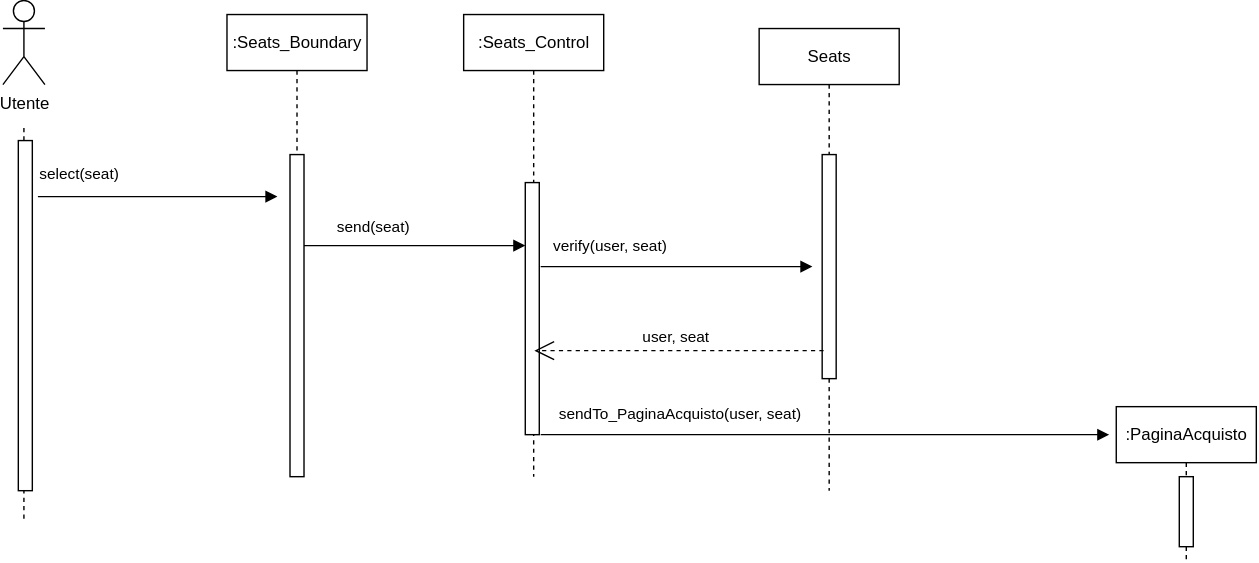
Above: document temp/Sequence Diagrams/SD_SelezionaPosto.svg in dop654/CinePlex (draw.io), before the change. Source tidied: cells renumbered, new cells last; positions are measured from the earlier drawing's top-left corner, leaving out a move shared by most shapes.
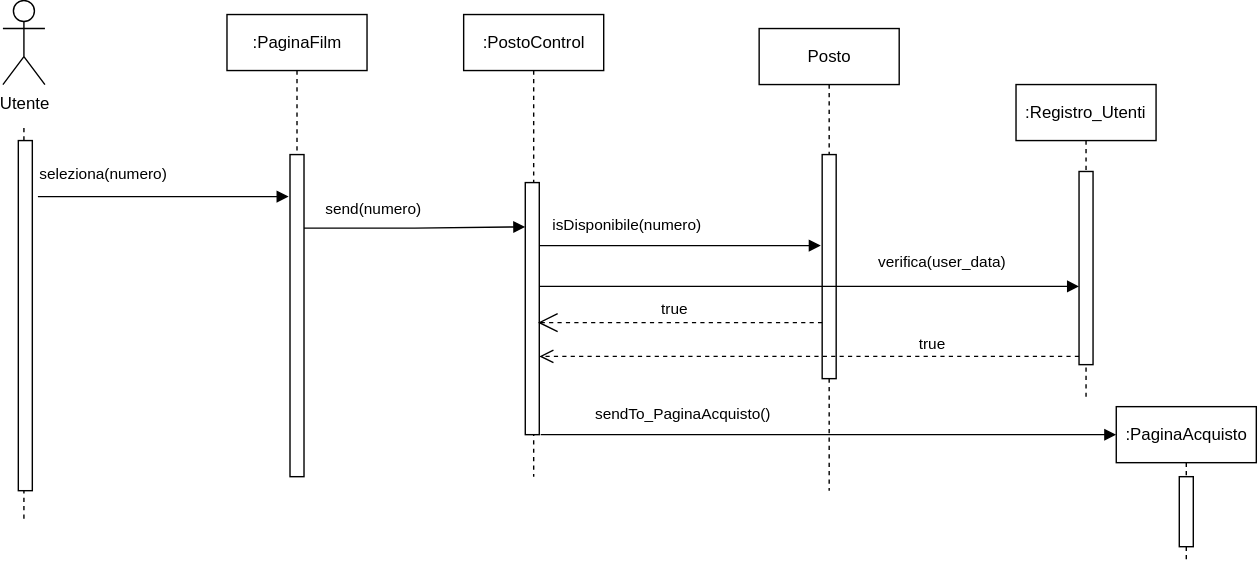
Above is the later version.

Diff of the diagram source:
```diff
@@ -11,68 +11,91 @@
     <mxCell id="4" style="html=1;perimeter=orthogonalPerimeter;targetShapes=umlLifeline;newEdgeStyle={&quot;edgeStyle&quot;:&quot;sequenceEdgeStyle&quot;,&quot;libavoidRouting&quot;:0,&quot;curved&quot;:0,&quot;rounded&quot;:0};" parent="1" vertex="1">
       <mxGeometry x="10.6" y="99.9" width="10" height="250" as="geometry" />
     </mxCell>
-    <mxCell id="5" value=":Seats_Boundary" style="shape=umlLifeline;perimeter=lifelinePerimeter;whiteSpace=wrap;html=1;newEdgeStyle={&quot;edgeStyle&quot;:&quot;sequenceEdgeStyle&quot;,&quot;libavoidRouting&quot;:0,&quot;curved&quot;:0,&quot;rounded&quot;:0};" parent="1" vertex="1">
-      <mxGeometry x="159.6" y="9.9" width="100" height="330" as="geometry" />
-    </mxCell>
+    <mxCell id="18" value=":PaginaFilm" style="shape=umlLifeline;perimeter=lifelinePerimeter;whiteSpace=wrap;html=1;newEdgeStyle={&quot;edgeStyle&quot;:&quot;sequenceEdgeStyle&quot;,&quot;libavoidRouting&quot;:0,&quot;curved&quot;:0,&quot;rounded&quot;:0};" parent="1" vertex="1">
+      <mxGeometry x="159.6" y="9.9" width="100" height="330" as="geometry" />
+    </mxCell>
-    <mxCell id="6" style="html=1;perimeter=orthogonalPerimeter;targetShapes=umlLifeline;newEdgeStyle={&quot;edgeStyle&quot;:&quot;sequenceEdgeStyle&quot;,&quot;libavoidRouting&quot;:0,&quot;curved&quot;:0,&quot;rounded&quot;:0};" parent="5" vertex="1">
+    <mxCell id="6" style="html=1;perimeter=orthogonalPerimeter;targetShapes=umlLifeline;newEdgeStyle={&quot;edgeStyle&quot;:&quot;sequenceEdgeStyle&quot;,&quot;libavoidRouting&quot;:0,&quot;curved&quot;:0,&quot;rounded&quot;:0};" parent="18" vertex="1">
       <mxGeometry x="45" y="100" width="10" height="230" as="geometry" />
     </mxCell>
-    <mxCell id="7" value="select(seat)" style="endArrow=block;endFill=1;html=1;edgeStyle=orthogonalEdgeStyle;align=left;verticalAlign=top;rounded=0;defaultLabelBackgroundColor=page;" parent="1" edge="1">
-      <mxGeometry x="-1" y="29" relative="1" as="geometry">
-        <mxPoint x="24.6" y="139.9" as="sourcePoint" />
-        <mxPoint x="195.6" y="139.9" as="targetPoint" />
-        <mxPoint x="-1" as="offset" />
-      </mxGeometry>
-    </mxCell>
-    <mxCell id="8" value=":Seats_Control" style="shape=umlLifeline;perimeter=lifelinePerimeter;whiteSpace=wrap;html=1;newEdgeStyle={&quot;edgeStyle&quot;:&quot;sequenceEdgeStyle&quot;,&quot;libavoidRouting&quot;:0,&quot;curved&quot;:0,&quot;rounded&quot;:0};" parent="1" vertex="1">
-      <mxGeometry x="328.6" y="9.9" width="100" height="330" as="geometry" />
-    </mxCell>
+    <mxCell id="19" value="seleziona(numero)" style="endArrow=block;endFill=1;html=1;edgeStyle=orthogonalEdgeStyle;align=left;verticalAlign=top;rounded=0;defaultLabelBackgroundColor=page;" parent="1" edge="1">
+      <mxGeometry x="-1" y="29" relative="1" as="geometry">
+        <mxPoint x="24.6" y="139.9" as="sourcePoint" />
+        <mxPoint x="203.6" y="139.9" as="targetPoint" />
+        <mxPoint x="-1" as="offset" />
+      </mxGeometry>
+    </mxCell>
+    <mxCell id="20" value=":PostoControl" style="shape=umlLifeline;perimeter=lifelinePerimeter;whiteSpace=wrap;html=1;newEdgeStyle={&quot;edgeStyle&quot;:&quot;sequenceEdgeStyle&quot;,&quot;libavoidRouting&quot;:0,&quot;curved&quot;:0,&quot;rounded&quot;:0};" parent="1" vertex="1">
+      <mxGeometry x="328.6" y="9.9" width="100" height="330" as="geometry" />
+    </mxCell>
-    <mxCell id="9" style="html=1;points=[[0,0,0,0,5],[0,1,0,0,-5],[1,0,0,0,5],[1,1,0,0,-5]];perimeter=orthogonalPerimeter;outlineConnect=0;targetShapes=umlLifeline;portConstraint=eastwest;newEdgeStyle={&quot;edgeStyle&quot;:&quot;sequenceEdgeStyle&quot;,&quot;libavoidRouting&quot;:0,&quot;curved&quot;:0,&quot;rounded&quot;:0};" parent="8" vertex="1">
+    <mxCell id="9" style="html=1;points=[[0,0,0,0,5],[0,1,0,0,-5],[1,0,0,0,5],[1,1,0,0,-5]];perimeter=orthogonalPerimeter;outlineConnect=0;targetShapes=umlLifeline;portConstraint=eastwest;newEdgeStyle={&quot;edgeStyle&quot;:&quot;sequenceEdgeStyle&quot;,&quot;libavoidRouting&quot;:0,&quot;curved&quot;:0,&quot;rounded&quot;:0};" parent="20" vertex="1">
       <mxGeometry x="44" y="120" width="10" height="180" as="geometry" />
     </mxCell>
-    <mxCell id="10" value="send&lt;span style=&quot;text-align: left;&quot;&gt;(seat&lt;/span&gt;&lt;span style=&quot;text-align: left; background-color: transparent; color: light-dark(#000000, var(--ge-light-color, #ffffff));&quot;&gt;)&lt;/span&gt;" style="html=1;verticalAlign=bottom;endArrow=block;edgeStyle=sequenceEdgeStyle;libavoidRouting=0;curved=0;rounded=0;entryX=0;entryY=0;entryDx=0;entryDy=45;defaultLabelBackgroundColor=page;" parent="1" edge="1" target="9">
-      <mxGeometry x="-0.38" y="4" relative="1" as="geometry">
-        <mxPoint x="214.6" y="174.9" as="sourcePoint" />
-        <Array as="points">
-          <mxPoint x="256.6" y="174.9" />
-        </Array>
-      </mxGeometry>
-    </mxCell>
-    <mxCell id="11" value="Seats" style="shape=umlLifeline;perimeter=lifelinePerimeter;whiteSpace=wrap;html=1;newEdgeStyle={&quot;edgeStyle&quot;:&quot;sequenceEdgeStyle&quot;,&quot;libavoidRouting&quot;:0,&quot;curved&quot;:0,&quot;rounded&quot;:0};" parent="1" vertex="1">
-      <mxGeometry x="539.6" y="19.9" width="100" height="330" as="geometry" />
-    </mxCell>
+    <mxCell id="21" value="send&lt;span style=&quot;text-align: left;&quot;&gt;(numero&lt;/span&gt;&lt;span style=&quot;text-align: left; background-color: transparent; color: light-dark(#000000, var(--ge-light-color, #ffffff));&quot;&gt;)&lt;/span&gt;" style="html=1;verticalAlign=bottom;endArrow=block;edgeStyle=sequenceEdgeStyle;libavoidRouting=0;curved=0;rounded=0;entryX=0;entryY=0;entryDx=0;entryDy=31.62902945552014;defaultLabelBackgroundColor=page;" parent="1" edge="1" target="9">
+      <mxGeometry x="-0.38" y="4" relative="1" as="geometry">
+        <mxPoint x="214.6" y="162.4" as="sourcePoint" />
+        <Array as="points">
+          <mxPoint x="293.6" y="162.4" />
+        </Array>
+      </mxGeometry>
+    </mxCell>
+    <mxCell id="22" value="Posto" style="shape=umlLifeline;perimeter=lifelinePerimeter;whiteSpace=wrap;html=1;newEdgeStyle={&quot;edgeStyle&quot;:&quot;sequenceEdgeStyle&quot;,&quot;libavoidRouting&quot;:0,&quot;curved&quot;:0,&quot;rounded&quot;:0};" parent="1" vertex="1">
+      <mxGeometry x="539.6" y="19.9" width="100" height="330" as="geometry" />
+    </mxCell>
-    <mxCell id="12" style="html=1;perimeter=orthogonalPerimeter;targetShapes=umlLifeline;newEdgeStyle={&quot;edgeStyle&quot;:&quot;sequenceEdgeStyle&quot;,&quot;libavoidRouting&quot;:0,&quot;curved&quot;:0,&quot;rounded&quot;:0};" parent="11" vertex="1">
+    <mxCell id="12" style="html=1;perimeter=orthogonalPerimeter;targetShapes=umlLifeline;newEdgeStyle={&quot;edgeStyle&quot;:&quot;sequenceEdgeStyle&quot;,&quot;libavoidRouting&quot;:0,&quot;curved&quot;:0,&quot;rounded&quot;:0};" parent="22" vertex="1">
       <mxGeometry x="45" y="90" width="10" height="160" as="geometry" />
     </mxCell>
-    <mxCell id="13" value="verify(user, seat)" style="html=1;verticalAlign=bottom;endArrow=block;edgeStyle=sequenceEdgeStyle;libavoidRouting=0;curved=0;rounded=0;entryX=0;entryY=0;entryDx=0;entryDy=45;defaultLabelBackgroundColor=page;" parent="1" edge="1">
-      <mxGeometry x="-0.49" y="6" relative="1" as="geometry">
-        <mxPoint x="383.6" y="189.9" as="sourcePoint" />
-        <mxPoint x="577.6" y="189.9" as="targetPoint" />
-        <Array as="points">
-          <mxPoint x="463.1" y="189.9" />
-        </Array>
-      </mxGeometry>
-    </mxCell>
-    <mxCell id="14" value="user, seat" style="endArrow=open;endSize=12;dashed=1;html=1;rounded=0;defaultLabelBackgroundColor=page;" parent="1" edge="1">
-      <mxGeometry x="0.02" y="-10" relative="1" as="geometry">
-        <mxPoint x="585.6" y="249.9" as="sourcePoint" />
-        <mxPoint x="379.1" y="249.9" as="targetPoint" />
-      </mxGeometry>
-    </mxCell>
+    <mxCell id="23" value="isDisponibile(numero)" style="html=1;verticalAlign=bottom;endArrow=block;edgeStyle=sequenceEdgeStyle;libavoidRouting=0;curved=0;rounded=0;entryX=0;entryY=0;entryDx=0;entryDy=45;defaultLabelBackgroundColor=page;" parent="1" edge="1">
+      <mxGeometry x="-0.39" y="6" relative="1" as="geometry">
+        <mxPoint x="382.6" y="174.9" as="sourcePoint" />
+        <mxPoint x="583.6" y="174.9" as="targetPoint" />
+        <Array as="points">
+          <mxPoint x="483.1" y="174.9" />
+        </Array>
+      </mxGeometry>
+    </mxCell>
+    <mxCell id="24" value="true" style="endArrow=open;endSize=12;dashed=1;html=1;rounded=0;defaultLabelBackgroundColor=page;" parent="1" edge="1">
+      <mxGeometry x="0.04" y="-10" relative="1" as="geometry">
+        <mxPoint x="584.6" y="229.9" as="sourcePoint" />
+        <mxPoint x="381.6" y="229.9" as="targetPoint" />
+        <Array as="points">
+          <mxPoint x="552" y="229.9" />
+        </Array>
+      </mxGeometry>
+    </mxCell>
     <mxCell id="15" value=":PaginaAcquisto" style="shape=umlLifeline;perimeter=lifelinePerimeter;whiteSpace=wrap;html=1;newEdgeStyle={&quot;edgeStyle&quot;:&quot;sequenceEdgeStyle&quot;,&quot;libavoidRouting&quot;:0,&quot;curved&quot;:0,&quot;rounded&quot;:0};" parent="1" vertex="1">
       <mxGeometry x="794.6" y="289.9" width="100" height="110" as="geometry" />
     </mxCell>
     <mxCell id="16" style="html=1;perimeter=orthogonalPerimeter;targetShapes=umlLifeline;newEdgeStyle={&quot;edgeStyle&quot;:&quot;sequenceEdgeStyle&quot;,&quot;libavoidRouting&quot;:0,&quot;curved&quot;:0,&quot;rounded&quot;:0};" parent="15" vertex="1">
       <mxGeometry x="45" y="50" width="10" height="50" as="geometry" />
     </mxCell>
-    <mxCell id="17" value="sendTo_PaginaAcquisto(user, seat)" style="html=1;verticalAlign=bottom;endArrow=block;edgeStyle=sequenceEdgeStyle;libavoidRouting=0;curved=0;rounded=0;defaultLabelBackgroundColor=page;" parent="1" edge="1">
-      <mxGeometry x="-0.51" y="6" relative="1" as="geometry">
-        <mxPoint x="383.6" y="309.9" as="sourcePoint" />
-        <mxPoint x="789.6" y="309.9" as="targetPoint" />
-        <Array as="points">
-          <mxPoint x="476.1" y="309.9" />
-        </Array>
-      </mxGeometry>
-    </mxCell>
+    <mxCell id="25" value="sendTo_PaginaAcquisto()" style="html=1;verticalAlign=bottom;endArrow=block;edgeStyle=sequenceEdgeStyle;libavoidRouting=0;curved=0;rounded=0;defaultLabelBackgroundColor=page;" parent="1" edge="1">
+      <mxGeometry x="-0.51" y="6" relative="1" as="geometry">
+        <mxPoint x="383.6" y="309.9" as="sourcePoint" />
+        <mxPoint x="794.6" y="309.9" as="targetPoint" />
+        <Array as="points">
+          <mxPoint x="476.1" y="309.9" />
+        </Array>
+      </mxGeometry>
+    </mxCell>
+    <mxCell id="26" value=":Registro_Utenti" style="shape=umlLifeline;perimeter=lifelinePerimeter;whiteSpace=wrap;html=1;newEdgeStyle={&quot;edgeStyle&quot;:&quot;sequenceEdgeStyle&quot;,&quot;libavoidRouting&quot;:0,&quot;curved&quot;:0,&quot;rounded&quot;:0};" parent="1" vertex="1">
+      <mxGeometry x="723" y="59.9" width="100" height="224.1" as="geometry" />
+    </mxCell>
+    <mxCell id="27" style="html=1;perimeter=orthogonalPerimeter;targetShapes=umlLifeline;newEdgeStyle={&quot;edgeStyle&quot;:&quot;sequenceEdgeStyle&quot;,&quot;libavoidRouting&quot;:0,&quot;curved&quot;:0,&quot;rounded&quot;:0};" parent="26" vertex="1">
+      <mxGeometry x="45" y="62.1" width="10" height="137.9" as="geometry" />
+    </mxCell>
+    <mxCell id="28" value="verifica(user_data)" style="endArrow=block;endFill=1;html=1;edgeStyle=orthogonalEdgeStyle;align=left;verticalAlign=top;rounded=0;defaultLabelBackgroundColor=page;labelPadding=0 4;" parent="1" edge="1">
+      <mxGeometry x="0.25" y="30" relative="1" as="geometry">
+        <mxPoint x="382.6" y="204" as="sourcePoint" />
+        <mxPoint x="768" y="204" as="targetPoint" />
+      </mxGeometry>
+    </mxCell>
+    <mxCell id="29" value="true" style="html=1;verticalAlign=bottom;endArrow=open;dashed=1;endSize=8;edgeStyle=sequenceEdgeStyle;libavoidRouting=0;curved=0;rounded=0;defaultLabelBackgroundColor=page;labelPadding=0 4;" parent="1" edge="1" target="9">
+      <mxGeometry x="-0.46" relative="1" as="geometry">
+        <mxPoint x="768" y="254" as="sourcePoint" />
+        <Array as="points">
+          <mxPoint x="575.3" y="254" />
+        </Array>
+      </mxGeometry>
+    </mxCell>
   </root>
 </mxGraphModel>
```
